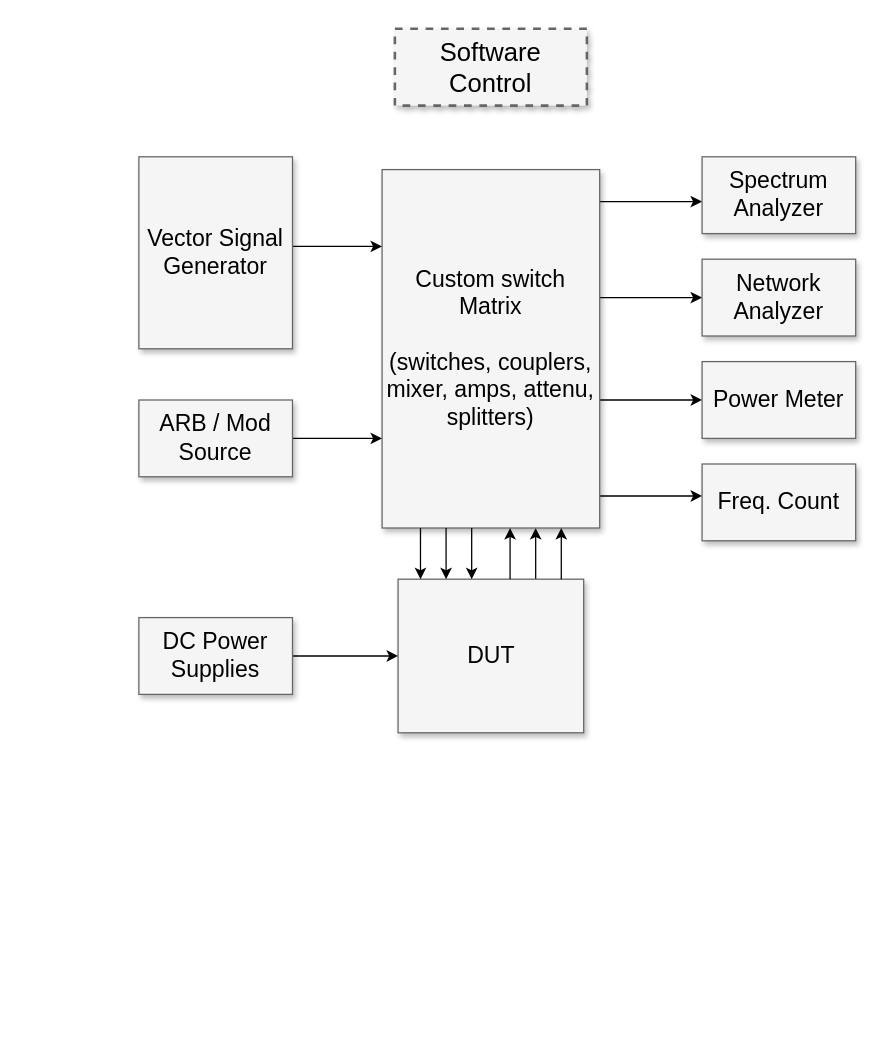
This is ElectricalDiagram/Untitled Diagram.drawio from usurobotics/chease_bot, a draw.io file, before an edit. Source tidied: cells renumbered, new cells numbered last; positions are measured from the earlier drawing's top-left corner, leaving out a move shared by most shapes. Both pictures are drawn from the tidied source at 128%, with x=0, y=0 at pixel (138, 28).
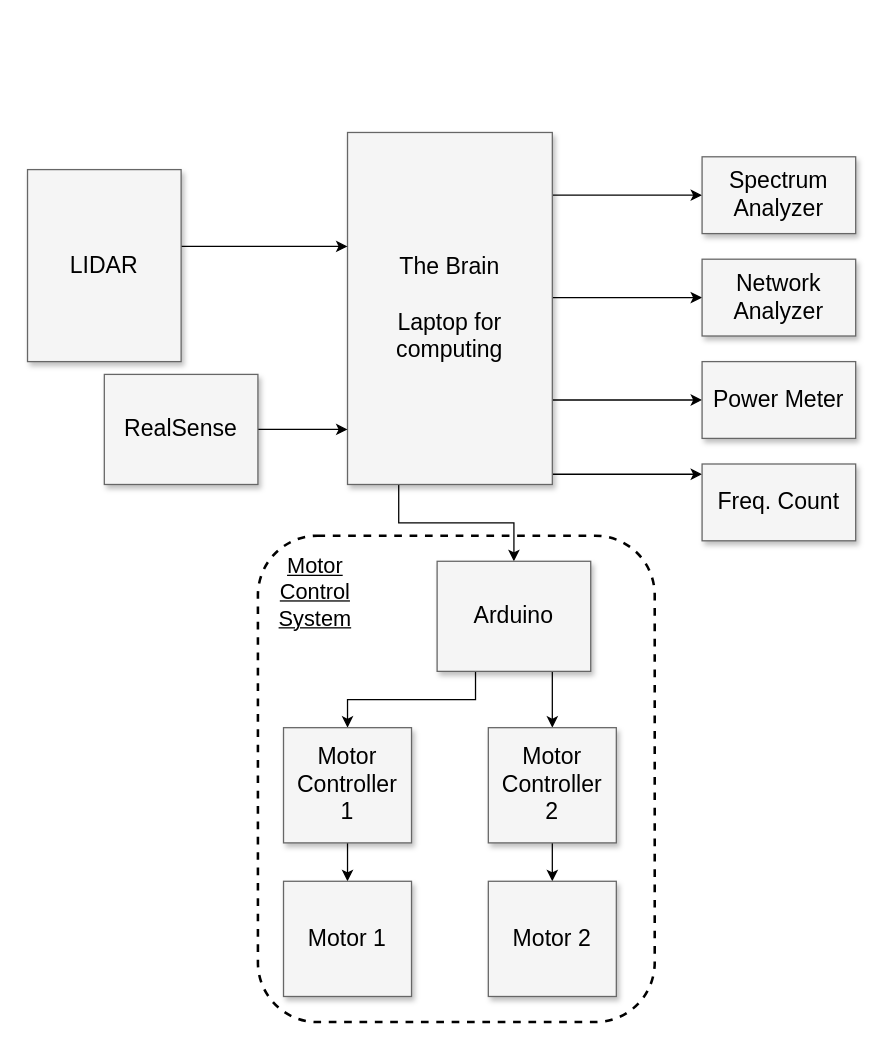
The same page after the edit.

Diff of the diagram source:
```diff
@@
-    <mxCell id="2" value="Software Control" style="whiteSpace=wrap;html=1;shadow=1;fontSize=20;fillColor=#f5f5f5;strokeColor=#666666;strokeWidth=2;dashed=1;" parent="1" vertex="1">
-      <mxGeometry x="200" width="150" height="60" as="geometry" />
-    </mxCell>
+    <mxCell id="25" style="rounded=1;whiteSpace=wrap;html=1;fillStyle=cross-hatch;fillColor=none;dashed=1;strokeWidth=2;glass=0;" parent="1" vertex="1">
+      <mxGeometry x="93" y="396" width="310" height="380" as="geometry" />
+    </mxCell>
@@
-    <mxCell id="7" style="edgeStyle=elbowEdgeStyle;rounded=0;html=1;startArrow=none;startFill=0;jettySize=auto;fontSize=18;" parent="1" edge="1" source="17" target="8">
-      <mxGeometry relative="1" as="geometry">
-        <Array as="points">
-          <mxPoint x="310" y="410" />
-        </Array>
-      </mxGeometry>
-    </mxCell>
+    <mxCell id="26" style="edgeStyle=orthogonalEdgeStyle;rounded=0;jettySize=auto;html=1;exitX=0.25;exitY=1;exitDx=0;exitDy=0;entryX=0.5;entryY=0;entryDx=0;entryDy=0;" parent="1" edge="1" source="8" target="29">
+      <mxGeometry relative="1" as="geometry" />
+    </mxCell>
-    <mxCell id="8" value="Custom switch Matrix&lt;div&gt;&lt;br&gt;&lt;/div&gt;&lt;div&gt;(switches, couplers, mixer, amps, attenu, splitters)&lt;/div&gt;" style="whiteSpace=wrap;html=1;shadow=1;fontSize=18;fillColor=#f5f5f5;strokeColor=#666666;" parent="1" vertex="1">
-      <mxGeometry x="190" y="110" width="170" height="280" as="geometry" />
+    <mxCell id="8" value="The Brain&lt;div&gt;&lt;br&gt;&lt;/div&gt;&lt;div&gt;Laptop for computing&lt;/div&gt;" style="whiteSpace=wrap;html=1;shadow=1;fontSize=18;fillColor=#f5f5f5;strokeColor=#666666;" parent="1" vertex="1">
+      <mxGeometry x="163" y="81" width="160" height="275" as="geometry" />
     </mxCell>
@@
-    <mxCell id="14" value="Vector Signal Generator" style="whiteSpace=wrap;html=1;shadow=1;fontSize=18;fillColor=#f5f5f5;strokeColor=#666666;" parent="1" vertex="1">
-      <mxGeometry y="100" width="120" height="150" as="geometry" />
+    <mxCell id="14" value="LIDAR" style="whiteSpace=wrap;html=1;shadow=1;fontSize=18;fillColor=#f5f5f5;strokeColor=#666666;" parent="1" vertex="1">
+      <mxGeometry x="-87" y="110" width="120" height="150" as="geometry" />
     </mxCell>
@@
-    <mxCell id="16" value="ARB / Mod Source" style="whiteSpace=wrap;html=1;shadow=1;fontSize=18;fillColor=#f5f5f5;strokeColor=#666666;" parent="1" vertex="1">
-      <mxGeometry y="290" width="120" height="60" as="geometry" />
+    <mxCell id="16" value="RealSense" style="whiteSpace=wrap;html=1;shadow=1;fontSize=18;fillColor=#f5f5f5;strokeColor=#666666;" parent="1" vertex="1">
+      <mxGeometry x="-27" y="270" width="120" height="86" as="geometry" />
     </mxCell>
-    <mxCell id="17" value="DUT" style="whiteSpace=wrap;html=1;shadow=1;fontSize=18;fillColor=#f5f5f5;strokeColor=#666666;" parent="1" vertex="1">
-      <mxGeometry x="202.5" y="430" width="145" height="120" as="geometry" />
-    </mxCell>
-    <mxCell id="18" style="edgeStyle=elbowEdgeStyle;rounded=0;html=1;startArrow=none;startFill=0;jettySize=auto;fontSize=18;elbow=vertical;" parent="1" edge="1" source="19" target="17">
-      <mxGeometry relative="1" as="geometry" />
-    </mxCell>
-    <mxCell id="19" value="DC Power Supplies" style="whiteSpace=wrap;html=1;shadow=1;fontSize=18;fillColor=#f5f5f5;strokeColor=#666666;" parent="1" vertex="1">
-      <mxGeometry y="460" width="120" height="60" as="geometry" />
-    </mxCell>
-    <mxCell id="20" style="edgeStyle=elbowEdgeStyle;rounded=0;html=1;startArrow=none;startFill=0;jettySize=auto;fontSize=18;" parent="1" edge="1" source="17" target="8">
-      <mxGeometry relative="1" as="geometry">
-        <Array as="points">
-          <mxPoint x="330" y="410" />
-          <mxPoint x="310" y="410" />
-        </Array>
-      </mxGeometry>
-    </mxCell>
-    <mxCell id="21" style="edgeStyle=elbowEdgeStyle;rounded=0;html=1;startArrow=none;startFill=0;jettySize=auto;orthogonalLoop=1;fontSize=18;" parent="1" edge="1">
-      <mxGeometry relative="1" as="geometry">
-        <mxPoint x="290" y="430" as="sourcePoint" />
-        <mxPoint x="290" y="390" as="targetPoint" />
-        <Array as="points">
-          <mxPoint x="290" y="410" />
-          <mxPoint x="290" y="410" />
-        </Array>
-      </mxGeometry>
-    </mxCell>
-    <mxCell id="22" style="edgeStyle=elbowEdgeStyle;rounded=0;html=1;startArrow=none;startFill=0;jettySize=auto;orthogonalLoop=1;fontSize=18;" parent="1" edge="1">
-      <mxGeometry relative="1" as="geometry">
-        <mxPoint x="260" y="390" as="sourcePoint" />
-        <mxPoint x="260" y="430" as="targetPoint" />
-        <Array as="points">
-          <mxPoint x="260" y="410" />
-          <mxPoint x="290" y="420" />
-        </Array>
-      </mxGeometry>
-    </mxCell>
-    <mxCell id="23" style="edgeStyle=elbowEdgeStyle;rounded=0;html=1;startArrow=none;startFill=0;jettySize=auto;orthogonalLoop=1;fontSize=18;" parent="1" edge="1">
-      <mxGeometry relative="1" as="geometry">
-        <mxPoint x="240" y="390" as="sourcePoint" />
-        <mxPoint x="240" y="430" as="targetPoint" />
-        <Array as="points">
-          <mxPoint x="240" y="410" />
-          <mxPoint x="270" y="420" />
-        </Array>
-      </mxGeometry>
-    </mxCell>
-    <mxCell id="24" style="edgeStyle=elbowEdgeStyle;rounded=0;html=1;startArrow=none;startFill=0;jettySize=auto;orthogonalLoop=1;fontSize=18;" parent="1" edge="1">
-      <mxGeometry relative="1" as="geometry">
-        <mxPoint x="220" y="390" as="sourcePoint" />
-        <mxPoint x="220" y="430" as="targetPoint" />
-        <Array as="points">
-          <mxPoint x="220" y="410" />
-          <mxPoint x="250" y="420" />
-        </Array>
-      </mxGeometry>
-    </mxCell>
+    <mxCell id="27" style="edgeStyle=orthogonalEdgeStyle;rounded=0;jettySize=auto;html=1;exitX=0.25;exitY=1;exitDx=0;exitDy=0;entryX=0.5;entryY=0;entryDx=0;entryDy=0;" parent="1" edge="1" source="29" target="31">
+      <mxGeometry relative="1" as="geometry" />
+    </mxCell>
+    <mxCell id="28" style="edgeStyle=orthogonalEdgeStyle;rounded=0;jettySize=auto;html=1;exitX=0.75;exitY=1;exitDx=0;exitDy=0;entryX=0.5;entryY=0;entryDx=0;entryDy=0;" parent="1" edge="1" source="29" target="33">
+      <mxGeometry relative="1" as="geometry" />
+    </mxCell>
+    <mxCell id="29" value="Arduino" style="whiteSpace=wrap;html=1;shadow=1;fontSize=18;fillColor=#f5f5f5;strokeColor=#666666;" parent="1" vertex="1">
+      <mxGeometry x="233" y="416" width="120" height="86" as="geometry" />
+    </mxCell>
+    <mxCell id="30" style="edgeStyle=orthogonalEdgeStyle;rounded=0;jettySize=auto;html=1;exitX=0.5;exitY=1;exitDx=0;exitDy=0;entryX=0.5;entryY=0;entryDx=0;entryDy=0;" parent="1" edge="1" source="31" target="34">
+      <mxGeometry relative="1" as="geometry" />
+    </mxCell>
+    <mxCell id="31" value="Motor Controller&lt;div&gt;1&lt;/div&gt;" style="whiteSpace=wrap;html=1;shadow=1;fontSize=18;fillColor=#f5f5f5;strokeColor=#666666;" parent="1" vertex="1">
+      <mxGeometry x="113" y="546" width="100" height="90" as="geometry" />
+    </mxCell>
+    <mxCell id="32" style="edgeStyle=orthogonalEdgeStyle;rounded=0;jettySize=auto;html=1;exitX=0.5;exitY=1;exitDx=0;exitDy=0;entryX=0.5;entryY=0;entryDx=0;entryDy=0;" parent="1" edge="1" source="33" target="35">
+      <mxGeometry relative="1" as="geometry" />
+    </mxCell>
+    <mxCell id="33" value="Motor Controller&lt;div&gt;2&lt;/div&gt;" style="whiteSpace=wrap;html=1;shadow=1;fontSize=18;fillColor=#f5f5f5;strokeColor=#666666;" parent="1" vertex="1">
+      <mxGeometry x="273" y="546" width="100" height="90" as="geometry" />
+    </mxCell>
+    <mxCell id="34" value="Motor&amp;nbsp;&lt;span style=&quot;background-color: transparent; color: light-dark(rgb(0, 0, 0), rgb(255, 255, 255));&quot;&gt;1&lt;/span&gt;" style="whiteSpace=wrap;html=1;shadow=1;fontSize=18;fillColor=#f5f5f5;strokeColor=#666666;" parent="1" vertex="1">
+      <mxGeometry x="113" y="666" width="100" height="90" as="geometry" />
+    </mxCell>
+    <mxCell id="35" value="Motor&amp;nbsp;&lt;span style=&quot;background-color: transparent; color: light-dark(rgb(0, 0, 0), rgb(255, 255, 255));&quot;&gt;2&lt;/span&gt;" style="whiteSpace=wrap;html=1;shadow=1;fontSize=18;fillColor=#f5f5f5;strokeColor=#666666;" parent="1" vertex="1">
+      <mxGeometry x="273" y="666" width="100" height="90" as="geometry" />
+    </mxCell>
+    <mxCell id="36" value="&lt;font style=&quot;font-size: 17px;&quot;&gt;Motor Control System&lt;/font&gt;" style="text;html=1;align=center;verticalAlign=middle;whiteSpace=wrap;rounded=0;fontStyle=4;" parent="1" vertex="1">
+      <mxGeometry x="93" y="406" width="90" height="70" as="geometry" />
+    </mxCell>
```
